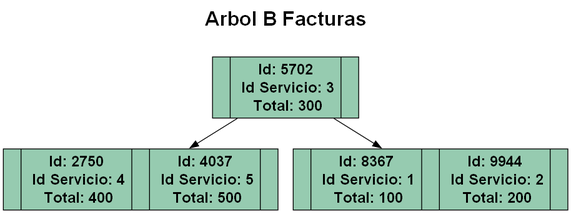
The Graphviz diagram Fase2/Reportes/facturas.png in Saloj17/-EDD-1S2025_201900081, before a commit. Its source is kept beside it as Fase2/Reportes/facturas.dot.
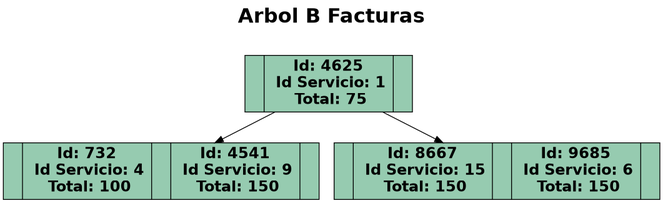
After the commit.

Diff of the diagram source:
```diff
@@ -6,9 +6,9 @@
   labelloc = "t";
   fontsize = 24;
   fontname = "Helvetica-Bold";
-  nodo_43332040 [label=" |Id: 5702\n Id Servicio: 3\n Total: 300|" style="filled" fillcolor="#96cbb0" fontname="Helvetica-Bold" fontsize = 18];
-  nodo_54444047 [label=" |Id: 2750\n Id Servicio: 4\n Total: 400| |Id: 4037\n Id Servicio: 5\n Total: 500|" style="filled" fillcolor="#96cbb0" fontname="Helvetica-Bold" fontsize = 18];
-  nodo_43332040 -> nodo_54444047;
-  nodo_20234383 [label=" |Id: 8367\n Id Servicio: 1\n Total: 100| |Id: 9944\n Id Servicio: 2\n Total: 200|" style="filled" fillcolor="#96cbb0" fontname="Helvetica-Bold" fontsize = 18];
-  nodo_43332040 -> nodo_20234383;
+  nodo_33675143 [label=" |Id: 4625\n Id Servicio: 1\n Total: 75|" style="filled" fillcolor="#96cbb0" fontname="Helvetica-Bold" fontsize = 18];
+  nodo_34640832 [label=" |Id: 732\n Id Servicio: 4\n Total: 100| |Id: 4541\n Id Servicio: 9\n Total: 150|" style="filled" fillcolor="#96cbb0" fontname="Helvetica-Bold" fontsize = 18];
+  nodo_33675143 -> nodo_34640832;
+  nodo_43332040 [label=" |Id: 8667\n Id Servicio: 15\n Total: 150| |Id: 9685\n Id Servicio: 6\n Total: 150|" style="filled" fillcolor="#96cbb0" fontname="Helvetica-Bold" fontsize = 18];
+  nodo_33675143 -> nodo_43332040;
 }
```
